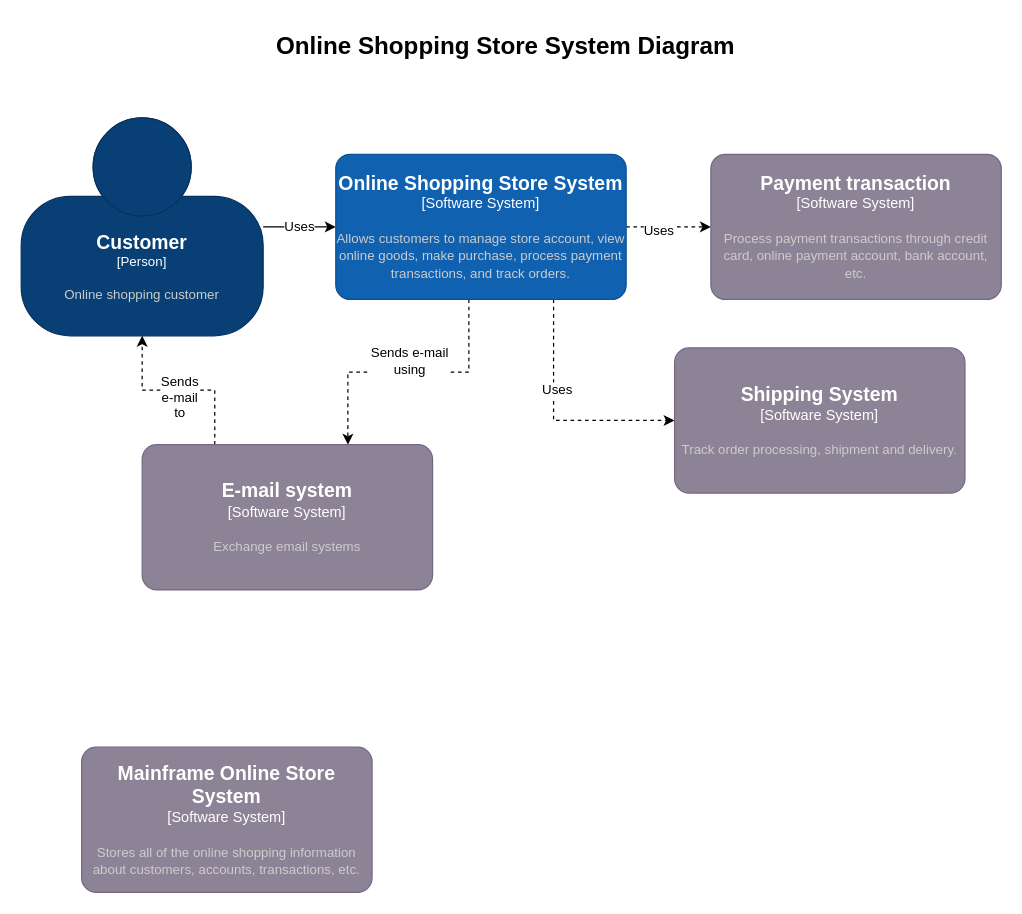
ilvfruits/hello-world keeps this draw.io diagram as OnlineStoreSystemDiagram.drawio. Above is the earlier version. Source tidied: cells renumbered, new cells numbered last; positions are measured from the earlier drawing's top-left corner, leaving out a move shared by most shapes. Both pictures are drawn from the tidied source at 121%, with x=0, y=0 at pixel (21, 21).
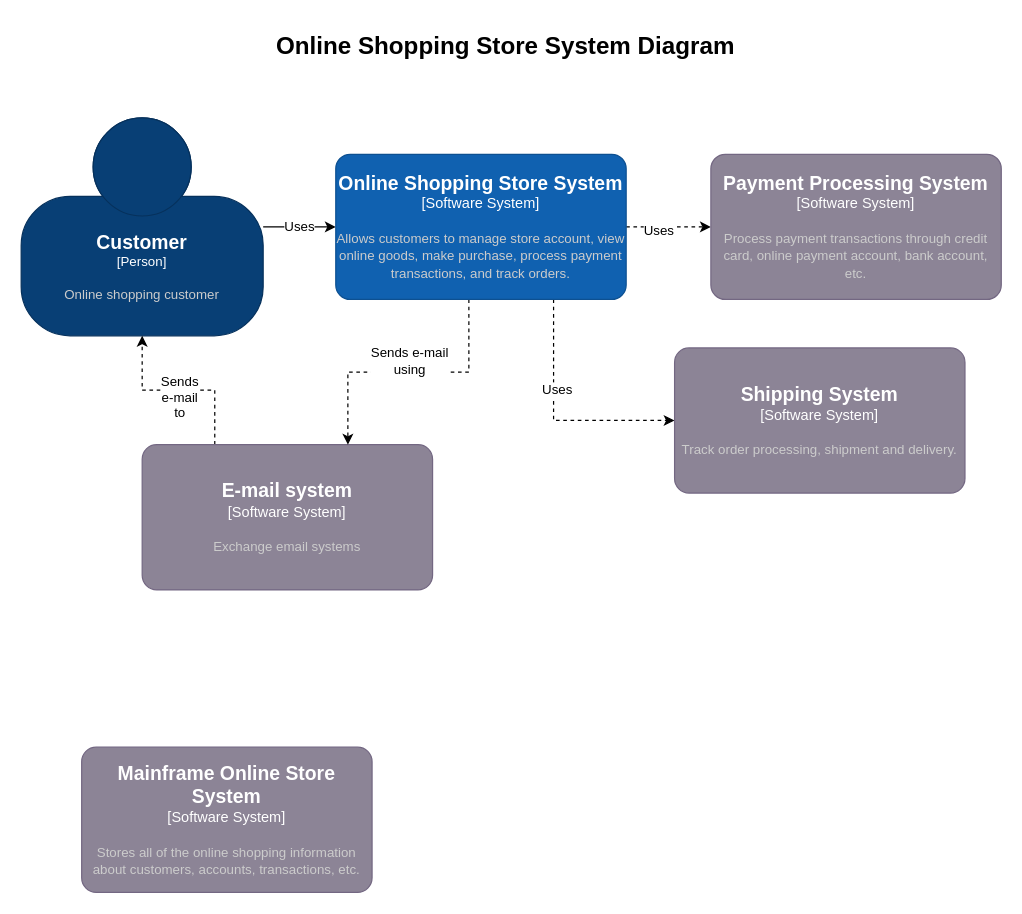
The same diagram, later.

Diff of the diagram source:
```diff
@@
-    <object id="15" label="&lt;font style=&quot;font-size: 16px&quot;&gt;&lt;b&gt;%c4Name%&lt;/b&gt;&lt;/font&gt;&lt;div&gt;[%c4Type%]&lt;/div&gt;&lt;br&gt;&lt;div&gt;&lt;font style=&quot;font-size: 11px&quot;&gt;&lt;font color=&quot;#cccccc&quot;&gt;%c4Description%&lt;/font&gt;&lt;/div&gt;" c4Description="Process payment transactions through credit card, online payment account, bank account, etc." c4Name="Payment transaction" c4Type="Software System" placeholders="1">
+    <object id="15" label="&lt;font style=&quot;font-size: 16px&quot;&gt;&lt;b&gt;%c4Name%&lt;/b&gt;&lt;/font&gt;&lt;div&gt;[%c4Type%]&lt;/div&gt;&lt;br&gt;&lt;div&gt;&lt;font style=&quot;font-size: 11px&quot;&gt;&lt;font color=&quot;#cccccc&quot;&gt;%c4Description%&lt;/font&gt;&lt;/div&gt;" c4Description="Process payment transactions through credit card, online payment account, bank account, etc." c4Name="Payment Processing System" c4Type="Software System" placeholders="1">
       <mxCell style="rounded=1;whiteSpace=wrap;html=1;labelBackgroundColor=none;fillColor=#8C8496;fontColor=#ffffff;align=center;arcSize=10;strokeColor=#736782;points=[[0.25,0,0],[0.5,0,0],[0.75,0,0],[1,0.25,0],[1,0.5,0],[1,0.75,0],[0.75,1,0],[0.5,1,0],[0.25,1,0],[0,0.75,0],[0,0.5,0],[0,0.25,0]];" parent="1" vertex="1">
         <mxGeometry x="570" y="110" width="240" height="120" as="geometry" />
       </mxCell>
     </object>
```
